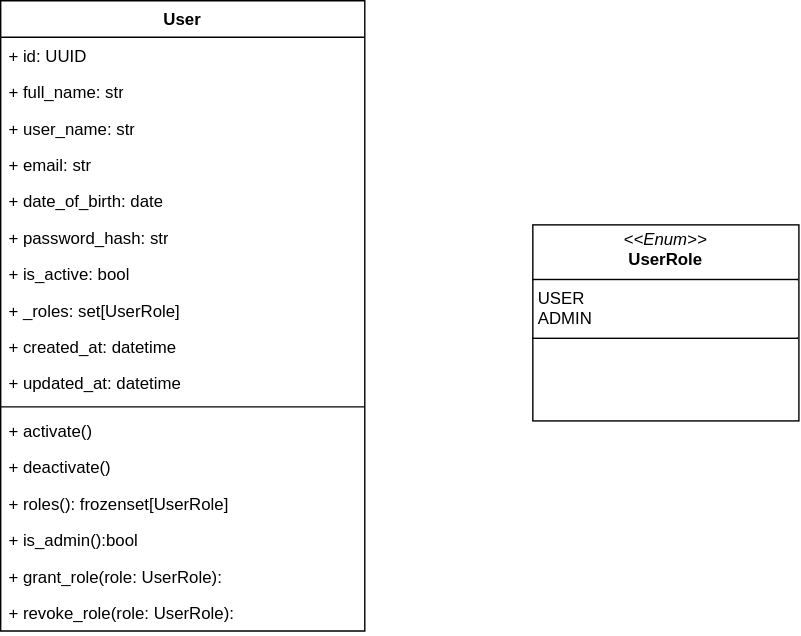
The draw.io diagram app_docs/v1/domain_model.svg in davidade300/user_manager, before a commit. Source tidied: cells renumbered, new cells last; positions are measured from the earlier drawing's top-left corner, leaving out a move shared by most shapes. Source of this version:
```xml
<mxGraphModel>
  <root>
    <mxCell id="0" />
    <mxCell id="1" parent="0" />
    <mxCell id="2" value="User" style="swimlane;fontStyle=1;align=center;verticalAlign=top;horizontal=1;startSize=26;whiteSpace=wrap;html=1;" parent="1" vertex="1">
      <mxGeometry width="260" height="450" as="geometry" />
    </mxCell>
    <mxCell id="3" value="+ id: UUID" style="text;strokeColor=none;fillColor=none;align=left;verticalAlign=top;spacingLeft=4;spacingRight=4;overflow=hidden;whiteSpace=wrap;html=1;" parent="2" vertex="1">
      <mxGeometry y="26" width="260" height="26" as="geometry" />
    </mxCell>
    <mxCell id="4" value="+ full_name: str" style="text;strokeColor=none;fillColor=none;align=left;verticalAlign=top;spacingLeft=4;spacingRight=4;overflow=hidden;whiteSpace=wrap;html=1;" parent="2" vertex="1">
      <mxGeometry y="52" width="260" height="26" as="geometry" />
    </mxCell>
    <mxCell id="5" value="+ user_name: str" style="text;strokeColor=none;fillColor=none;align=left;verticalAlign=top;spacingLeft=4;spacingRight=4;overflow=hidden;whiteSpace=wrap;html=1;" parent="2" vertex="1">
      <mxGeometry y="78" width="260" height="26" as="geometry" />
    </mxCell>
    <mxCell id="6" value="+ email: str" style="text;strokeColor=none;fillColor=none;align=left;verticalAlign=top;spacingLeft=4;spacingRight=4;overflow=hidden;whiteSpace=wrap;html=1;" parent="2" vertex="1">
      <mxGeometry y="104" width="260" height="26" as="geometry" />
    </mxCell>
    <mxCell id="7" value="+ date_of_birth: date" style="text;strokeColor=none;fillColor=none;align=left;verticalAlign=top;spacingLeft=4;spacingRight=4;overflow=hidden;whiteSpace=wrap;html=1;" parent="2" vertex="1">
      <mxGeometry y="130" width="260" height="26" as="geometry" />
    </mxCell>
    <mxCell id="8" value="+ password_hash: str" style="text;strokeColor=none;fillColor=none;align=left;verticalAlign=top;spacingLeft=4;spacingRight=4;overflow=hidden;whiteSpace=wrap;html=1;" parent="2" vertex="1">
      <mxGeometry y="156" width="260" height="26" as="geometry" />
    </mxCell>
    <mxCell id="9" value="+ is_active: bool" style="text;strokeColor=none;fillColor=none;align=left;verticalAlign=top;spacingLeft=4;spacingRight=4;overflow=hidden;whiteSpace=wrap;html=1;" parent="2" vertex="1">
      <mxGeometry y="182" width="260" height="26" as="geometry" />
    </mxCell>
    <mxCell id="10" value="+ _roles: set[UserRole]" style="text;strokeColor=none;fillColor=none;align=left;verticalAlign=top;spacingLeft=4;spacingRight=4;overflow=hidden;whiteSpace=wrap;html=1;" parent="2" vertex="1">
      <mxGeometry y="208" width="260" height="26" as="geometry" />
    </mxCell>
    <mxCell id="11" value="+ created_at: datetime" style="text;strokeColor=none;fillColor=none;align=left;verticalAlign=top;spacingLeft=4;spacingRight=4;overflow=hidden;whiteSpace=wrap;html=1;" parent="2" vertex="1">
      <mxGeometry y="234" width="260" height="26" as="geometry" />
    </mxCell>
    <mxCell id="12" value="+ updated_at: datetime" style="text;strokeColor=none;fillColor=none;align=left;verticalAlign=top;spacingLeft=4;spacingRight=4;overflow=hidden;whiteSpace=wrap;html=1;" parent="2" vertex="1">
      <mxGeometry y="260" width="260" height="26" as="geometry" />
    </mxCell>
    <mxCell id="13" style="line;strokeWidth=1;fillColor=none;align=left;verticalAlign=middle;spacingTop=-1;spacingLeft=3;spacingRight=3;labelPosition=right;strokeColor=inherit;" parent="2" vertex="1">
      <mxGeometry y="286" width="260" height="8" as="geometry" />
    </mxCell>
    <mxCell id="14" value="+ activate()" style="text;strokeColor=none;fillColor=none;align=left;verticalAlign=top;spacingLeft=4;spacingRight=4;overflow=hidden;whiteSpace=wrap;html=1;" parent="2" vertex="1">
      <mxGeometry y="294" width="260" height="26" as="geometry" />
    </mxCell>
    <mxCell id="15" value="+ deactivate()" style="text;strokeColor=none;fillColor=none;align=left;verticalAlign=top;spacingLeft=4;spacingRight=4;overflow=hidden;whiteSpace=wrap;html=1;" parent="2" vertex="1">
      <mxGeometry y="320" width="260" height="26" as="geometry" />
    </mxCell>
    <mxCell id="16" value="+ roles(): frozenset[UserRole]" style="text;strokeColor=none;fillColor=none;align=left;verticalAlign=top;spacingLeft=4;spacingRight=4;overflow=hidden;whiteSpace=wrap;html=1;" parent="2" vertex="1">
      <mxGeometry y="346" width="260" height="26" as="geometry" />
    </mxCell>
    <mxCell id="17" value="+ is_admin():bool" style="text;strokeColor=none;fillColor=none;align=left;verticalAlign=top;spacingLeft=4;spacingRight=4;overflow=hidden;whiteSpace=wrap;html=1;" parent="2" vertex="1">
      <mxGeometry y="372" width="260" height="26" as="geometry" />
    </mxCell>
    <mxCell id="18" value="+ grant_role(role: UserRole):&amp;nbsp;" style="text;strokeColor=none;fillColor=none;align=left;verticalAlign=top;spacingLeft=4;spacingRight=4;overflow=hidden;whiteSpace=wrap;html=1;" parent="2" vertex="1">
      <mxGeometry y="398" width="260" height="26" as="geometry" />
    </mxCell>
    <mxCell id="19" value="+ revoke_role(role: UserRole):&amp;nbsp;" style="text;strokeColor=none;fillColor=none;align=left;verticalAlign=top;spacingLeft=4;spacingRight=4;overflow=hidden;points=[[0,0.5],[1,0.5]];portConstraint=eastwest;whiteSpace=wrap;html=1;" parent="2" vertex="1">
      <mxGeometry y="424" width="260" height="26" as="geometry" />
    </mxCell>
    <mxCell id="20" value="&lt;p style=&quot;margin:0px;margin-top:4px;text-align:center;&quot;&gt;&lt;i&gt;&amp;lt;&amp;lt;Enum&amp;gt;&amp;gt;&lt;/i&gt;&lt;br&gt;&lt;b&gt;UserRole&lt;/b&gt;&lt;/p&gt;&lt;hr size=&quot;1&quot; style=&quot;border-style:solid;&quot;&gt;&lt;p style=&quot;margin:0px;margin-left:4px;&quot;&gt;USER&lt;br&gt;&lt;/p&gt;&lt;p style=&quot;margin:0px;margin-left:4px;&quot;&gt;ADMIN&lt;/p&gt;&lt;hr size=&quot;1&quot; style=&quot;border-style:solid;&quot;&gt;&lt;p style=&quot;margin:0px;margin-left:4px;&quot;&gt;&lt;br&gt;&lt;/p&gt;" style="verticalAlign=top;align=left;overflow=fill;html=1;whiteSpace=wrap;" parent="1" vertex="1">
      <mxGeometry x="380" y="160" width="190" height="140" as="geometry" />
    </mxCell>
  </root>
</mxGraphModel>
```
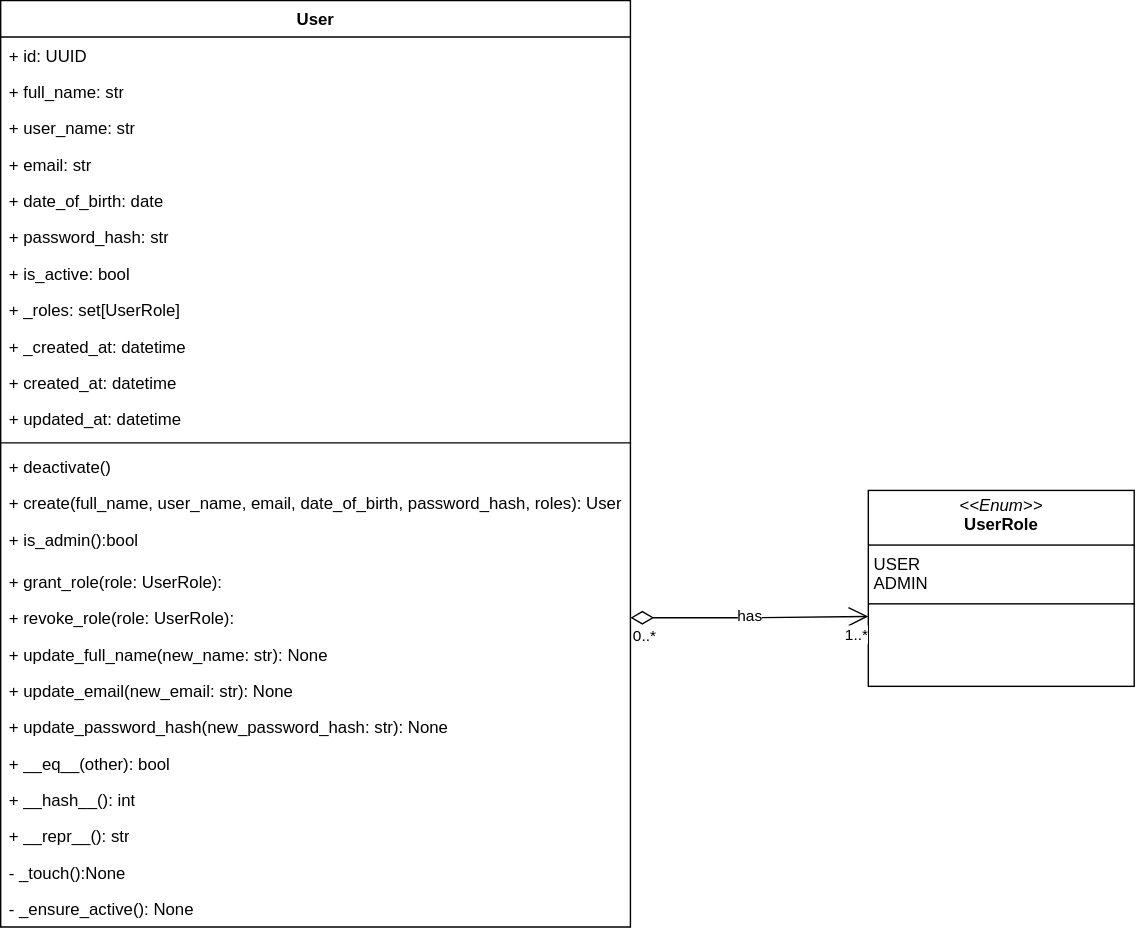
The same file after the commit.

Commit message:
diagrama de classes atualizado, entidade User, UserRole e exceções de dominio criadas.

The edit, as a diff of the source:
```diff
@@ -3,61 +3,94 @@
     <mxCell id="0" />
     <mxCell id="1" parent="0" />
     <mxCell id="2" value="User" style="swimlane;fontStyle=1;align=center;verticalAlign=top;horizontal=1;startSize=26;whiteSpace=wrap;html=1;" parent="1" vertex="1">
-      <mxGeometry width="260" height="450" as="geometry" />
+      <mxGeometry width="450" height="662" as="geometry" />
     </mxCell>
     <mxCell id="3" value="+ id: UUID" style="text;strokeColor=none;fillColor=none;align=left;verticalAlign=top;spacingLeft=4;spacingRight=4;overflow=hidden;whiteSpace=wrap;html=1;" parent="2" vertex="1">
-      <mxGeometry y="26" width="260" height="26" as="geometry" />
+      <mxGeometry y="26" width="450" height="26" as="geometry" />
     </mxCell>
     <mxCell id="4" value="+ full_name: str" style="text;strokeColor=none;fillColor=none;align=left;verticalAlign=top;spacingLeft=4;spacingRight=4;overflow=hidden;whiteSpace=wrap;html=1;" parent="2" vertex="1">
-      <mxGeometry y="52" width="260" height="26" as="geometry" />
+      <mxGeometry y="52" width="450" height="26" as="geometry" />
     </mxCell>
     <mxCell id="5" value="+ user_name: str" style="text;strokeColor=none;fillColor=none;align=left;verticalAlign=top;spacingLeft=4;spacingRight=4;overflow=hidden;whiteSpace=wrap;html=1;" parent="2" vertex="1">
-      <mxGeometry y="78" width="260" height="26" as="geometry" />
+      <mxGeometry y="78" width="450" height="26" as="geometry" />
     </mxCell>
     <mxCell id="6" value="+ email: str" style="text;strokeColor=none;fillColor=none;align=left;verticalAlign=top;spacingLeft=4;spacingRight=4;overflow=hidden;whiteSpace=wrap;html=1;" parent="2" vertex="1">
-      <mxGeometry y="104" width="260" height="26" as="geometry" />
+      <mxGeometry y="104" width="450" height="26" as="geometry" />
     </mxCell>
     <mxCell id="7" value="+ date_of_birth: date" style="text;strokeColor=none;fillColor=none;align=left;verticalAlign=top;spacingLeft=4;spacingRight=4;overflow=hidden;whiteSpace=wrap;html=1;" parent="2" vertex="1">
-      <mxGeometry y="130" width="260" height="26" as="geometry" />
+      <mxGeometry y="130" width="450" height="26" as="geometry" />
     </mxCell>
     <mxCell id="8" value="+ password_hash: str" style="text;strokeColor=none;fillColor=none;align=left;verticalAlign=top;spacingLeft=4;spacingRight=4;overflow=hidden;whiteSpace=wrap;html=1;" parent="2" vertex="1">
-      <mxGeometry y="156" width="260" height="26" as="geometry" />
+      <mxGeometry y="156" width="450" height="26" as="geometry" />
     </mxCell>
     <mxCell id="9" value="+ is_active: bool" style="text;strokeColor=none;fillColor=none;align=left;verticalAlign=top;spacingLeft=4;spacingRight=4;overflow=hidden;whiteSpace=wrap;html=1;" parent="2" vertex="1">
-      <mxGeometry y="182" width="260" height="26" as="geometry" />
+      <mxGeometry y="182" width="450" height="26" as="geometry" />
     </mxCell>
     <mxCell id="10" value="+ _roles: set[UserRole]" style="text;strokeColor=none;fillColor=none;align=left;verticalAlign=top;spacingLeft=4;spacingRight=4;overflow=hidden;whiteSpace=wrap;html=1;" parent="2" vertex="1">
-      <mxGeometry y="208" width="260" height="26" as="geometry" />
+      <mxGeometry y="208" width="450" height="26" as="geometry" />
     </mxCell>
-    <mxCell id="11" value="+ created_at: datetime" style="text;strokeColor=none;fillColor=none;align=left;verticalAlign=top;spacingLeft=4;spacingRight=4;overflow=hidden;whiteSpace=wrap;html=1;" parent="2" vertex="1">
-      <mxGeometry y="234" width="260" height="26" as="geometry" />
+    <mxCell id="11" value="+ _created_at: datetime" style="text;strokeColor=none;fillColor=none;align=left;verticalAlign=top;spacingLeft=4;spacingRight=4;overflow=hidden;whiteSpace=wrap;html=1;" parent="2" vertex="1">
+      <mxGeometry y="234" width="450" height="26" as="geometry" />
     </mxCell>
+    <mxCell id="21" value="+ created_at: datetime" style="text;strokeColor=none;fillColor=none;align=left;verticalAlign=top;spacingLeft=4;spacingRight=4;overflow=hidden;whiteSpace=wrap;html=1;" parent="2" vertex="1">
+      <mxGeometry y="260" width="450" height="26" as="geometry" />
+    </mxCell>
     <mxCell id="12" value="+ updated_at: datetime" style="text;strokeColor=none;fillColor=none;align=left;verticalAlign=top;spacingLeft=4;spacingRight=4;overflow=hidden;whiteSpace=wrap;html=1;" parent="2" vertex="1">
-      <mxGeometry y="260" width="260" height="26" as="geometry" />
+      <mxGeometry y="286" width="450" height="26" as="geometry" />
     </mxCell>
     <mxCell id="13" style="line;strokeWidth=1;fillColor=none;align=left;verticalAlign=middle;spacingTop=-1;spacingLeft=3;spacingRight=3;labelPosition=right;strokeColor=inherit;" parent="2" vertex="1">
-      <mxGeometry y="286" width="260" height="8" as="geometry" />
+      <mxGeometry y="312" width="450" height="8" as="geometry" />
     </mxCell>
-    <mxCell id="14" value="+ activate()" style="text;strokeColor=none;fillColor=none;align=left;verticalAlign=top;spacingLeft=4;spacingRight=4;overflow=hidden;whiteSpace=wrap;html=1;" parent="2" vertex="1">
-      <mxGeometry y="294" width="260" height="26" as="geometry" />
-    </mxCell>
     <mxCell id="15" value="+ deactivate()" style="text;strokeColor=none;fillColor=none;align=left;verticalAlign=top;spacingLeft=4;spacingRight=4;overflow=hidden;whiteSpace=wrap;html=1;" parent="2" vertex="1">
-      <mxGeometry y="320" width="260" height="26" as="geometry" />
+      <mxGeometry y="320" width="450" height="26" as="geometry" />
     </mxCell>
-    <mxCell id="16" value="+ roles(): frozenset[UserRole]" style="text;strokeColor=none;fillColor=none;align=left;verticalAlign=top;spacingLeft=4;spacingRight=4;overflow=hidden;whiteSpace=wrap;html=1;" parent="2" vertex="1">
-      <mxGeometry y="346" width="260" height="26" as="geometry" />
-    </mxCell>
+    <mxCell id="22" value="+ create(full_name, user_name, email, date_of_birth, password_hash, roles): User" style="text;strokeColor=none;fillColor=none;align=left;verticalAlign=top;spacingLeft=4;spacingRight=4;overflow=hidden;whiteSpace=wrap;html=1;" parent="2" vertex="1">
+      <mxGeometry y="346" width="450" height="26" as="geometry" />
+    </mxCell>
     <mxCell id="17" value="+ is_admin():bool" style="text;strokeColor=none;fillColor=none;align=left;verticalAlign=top;spacingLeft=4;spacingRight=4;overflow=hidden;whiteSpace=wrap;html=1;" parent="2" vertex="1">
-      <mxGeometry y="372" width="260" height="26" as="geometry" />
+      <mxGeometry y="372" width="450" height="30" as="geometry" />
     </mxCell>
     <mxCell id="18" value="+ grant_role(role: UserRole):&amp;nbsp;" style="text;strokeColor=none;fillColor=none;align=left;verticalAlign=top;spacingLeft=4;spacingRight=4;overflow=hidden;whiteSpace=wrap;html=1;" parent="2" vertex="1">
-      <mxGeometry y="398" width="260" height="26" as="geometry" />
+      <mxGeometry y="402" width="450" height="26" as="geometry" />
     </mxCell>
     <mxCell id="19" value="+ revoke_role(role: UserRole):&amp;nbsp;" style="text;strokeColor=none;fillColor=none;align=left;verticalAlign=top;spacingLeft=4;spacingRight=4;overflow=hidden;points=[[0,0.5],[1,0.5]];portConstraint=eastwest;whiteSpace=wrap;html=1;" parent="2" vertex="1">
-      <mxGeometry y="424" width="260" height="26" as="geometry" />
+      <mxGeometry y="428" width="450" height="26" as="geometry" />
     </mxCell>
+    <mxCell id="23" value="&lt;div&gt;+ update_full_name(new_name: str): None&lt;/div&gt;" style="text;strokeColor=none;fillColor=none;align=left;verticalAlign=top;spacingLeft=4;spacingRight=4;overflow=hidden;whiteSpace=wrap;html=1;" parent="2" vertex="1">
+      <mxGeometry y="454" width="450" height="26" as="geometry" />
+    </mxCell>
+    <mxCell id="24" value="&lt;div&gt;+ update_email(new_email: str): None&lt;/div&gt;" style="text;strokeColor=none;fillColor=none;align=left;verticalAlign=top;spacingLeft=4;spacingRight=4;overflow=hidden;whiteSpace=wrap;html=1;" parent="2" vertex="1">
+      <mxGeometry y="480" width="450" height="26" as="geometry" />
+    </mxCell>
+    <mxCell id="25" value="&lt;div&gt;+ update_password_hash(new_password_hash: str): None&lt;/div&gt;" style="text;strokeColor=none;fillColor=none;align=left;verticalAlign=top;spacingLeft=4;spacingRight=4;overflow=hidden;whiteSpace=wrap;html=1;" parent="2" vertex="1">
+      <mxGeometry y="506" width="450" height="26" as="geometry" />
+    </mxCell>
+    <mxCell id="26" value="&lt;div&gt;+ __eq__(other): bool&lt;/div&gt;&lt;div&gt;&lt;br&gt;&lt;/div&gt;" style="text;strokeColor=none;fillColor=none;align=left;verticalAlign=top;spacingLeft=4;spacingRight=4;overflow=hidden;whiteSpace=wrap;html=1;" parent="2" vertex="1">
+      <mxGeometry y="532" width="450" height="26" as="geometry" />
+    </mxCell>
+    <mxCell id="27" value="&lt;div&gt;+ __hash__(): int&lt;/div&gt;&lt;div&gt;&lt;br&gt;&lt;/div&gt;" style="text;strokeColor=none;fillColor=none;align=left;verticalAlign=top;spacingLeft=4;spacingRight=4;overflow=hidden;whiteSpace=wrap;html=1;" parent="2" vertex="1">
+      <mxGeometry y="558" width="450" height="26" as="geometry" />
+    </mxCell>
+    <mxCell id="28" value="&lt;div&gt;+ __repr__(): str&lt;/div&gt;&lt;div&gt;&lt;br&gt;&lt;/div&gt;" style="text;strokeColor=none;fillColor=none;align=left;verticalAlign=top;spacingLeft=4;spacingRight=4;overflow=hidden;whiteSpace=wrap;html=1;" parent="2" vertex="1">
+      <mxGeometry y="584" width="450" height="26" as="geometry" />
+    </mxCell>
+    <mxCell id="29" value="&lt;div&gt;- _touch():None&lt;/div&gt;" style="text;strokeColor=none;fillColor=none;align=left;verticalAlign=top;spacingLeft=4;spacingRight=4;overflow=hidden;whiteSpace=wrap;html=1;" parent="2" vertex="1">
+      <mxGeometry y="610" width="450" height="26" as="geometry" />
+    </mxCell>
+    <mxCell id="30" value="&lt;div&gt;- _ensure_active(): None&lt;/div&gt;" style="text;strokeColor=none;fillColor=none;align=left;verticalAlign=top;spacingLeft=4;spacingRight=4;overflow=hidden;whiteSpace=wrap;html=1;" parent="2" vertex="1">
+      <mxGeometry y="636" width="450" height="26" as="geometry" />
+    </mxCell>
     <mxCell id="20" value="&lt;p style=&quot;margin:0px;margin-top:4px;text-align:center;&quot;&gt;&lt;i&gt;&amp;lt;&amp;lt;Enum&amp;gt;&amp;gt;&lt;/i&gt;&lt;br&gt;&lt;b&gt;UserRole&lt;/b&gt;&lt;/p&gt;&lt;hr size=&quot;1&quot; style=&quot;border-style:solid;&quot;&gt;&lt;p style=&quot;margin:0px;margin-left:4px;&quot;&gt;USER&lt;br&gt;&lt;/p&gt;&lt;p style=&quot;margin:0px;margin-left:4px;&quot;&gt;ADMIN&lt;/p&gt;&lt;hr size=&quot;1&quot; style=&quot;border-style:solid;&quot;&gt;&lt;p style=&quot;margin:0px;margin-left:4px;&quot;&gt;&lt;br&gt;&lt;/p&gt;" style="verticalAlign=top;align=left;overflow=fill;html=1;whiteSpace=wrap;" parent="1" vertex="1">
-      <mxGeometry x="380" y="160" width="190" height="140" as="geometry" />
+      <mxGeometry x="620" y="350" width="190" height="140" as="geometry" />
     </mxCell>
+    <mxCell id="31" value="has" style="endArrow=open;html=1;endSize=12;startArrow=diamondThin;startSize=14;startFill=0;edgeStyle=orthogonalEdgeStyle;rounded=0;exitX=1;exitY=0.5;exitDx=0;exitDy=0;entryX=0;entryY=0.643;entryDx=0;entryDy=0;entryPerimeter=0;" parent="1" edge="1" source="19" target="20">
+      <mxGeometry relative="1" as="geometry" />
+    </mxCell>
+    <mxCell id="32" value="0..*&lt;div&gt;&lt;br&gt;&lt;/div&gt;" style="edgeLabel;html=1;align=left;verticalAlign=top;" parent="31" vertex="1">
+      <mxGeometry x="-1" relative="1" as="geometry" />
+    </mxCell>
+    <mxCell id="33" value="1..*" style="edgeLabel;html=1;align=right;verticalAlign=top;" parent="31" vertex="1">
+      <mxGeometry x="1" relative="1" as="geometry" />
+    </mxCell>
   </root>
 </mxGraphModel>
```
